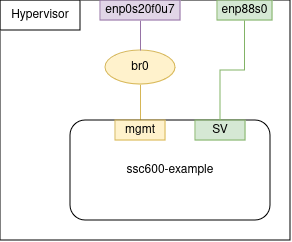
This is inventories/providers/abb/ssc600-example-architecture.png from seapath/ansible, a draw.io export, as it was before one commit. Source tidied: cells renumbered, new cells last; positions are measured from the earlier drawing's top-left corner, leaving out a move shared by most shapes. Its diagram source:
```xml
<mxGraphModel>
  <root>
    <mxCell id="0" />
    <mxCell id="1" parent="0" />
    <mxCell id="2" style="rounded=0;whiteSpace=wrap;html=1;" parent="1" vertex="1">
      <mxGeometry width="290" height="240" as="geometry" />
    </mxCell>
    <mxCell id="3" value="Hypervisor" style="rounded=0;whiteSpace=wrap;html=1;" parent="1" vertex="1">
      <mxGeometry width="80" height="30" as="geometry" />
    </mxCell>
    <mxCell id="4" style="edgeStyle=orthogonalEdgeStyle;rounded=0;jettySize=auto;html=1;exitX=0.5;exitY=0;exitDx=0;exitDy=0;entryX=0.5;entryY=1;entryDx=0;entryDy=0;endArrow=none;endFill=0;fillColor=#fff2cc;strokeColor=#d6b656;" parent="1" edge="1" source="7" target="6">
      <mxGeometry relative="1" as="geometry" />
    </mxCell>
    <mxCell id="5" value="ssc600-example" style="rounded=1;whiteSpace=wrap;html=1;" parent="1" vertex="1">
      <mxGeometry x="70" y="120" width="200" height="100" as="geometry" />
    </mxCell>
    <mxCell id="6" value="&lt;div&gt;br0&lt;/div&gt;" style="ellipse;whiteSpace=wrap;html=1;fillColor=#fff2cc;strokeColor=#d6b656;" parent="1" vertex="1">
      <mxGeometry x="105" y="50" width="70" height="34" as="geometry" />
    </mxCell>
    <mxCell id="7" value="mgmt" style="rounded=0;whiteSpace=wrap;html=1;fillColor=#fff2cc;strokeColor=#d6b656;" parent="1" vertex="1">
      <mxGeometry x="115" y="120" width="50" height="20" as="geometry" />
    </mxCell>
    <mxCell id="8" style="edgeStyle=orthogonalEdgeStyle;rounded=0;jettySize=auto;html=1;exitX=0.5;exitY=1;exitDx=0;exitDy=0;entryX=0.5;entryY=0;entryDx=0;entryDy=0;endArrow=none;endFill=0;fillColor=#e1d5e7;strokeColor=#9673a6;" parent="1" edge="1" source="9" target="6">
      <mxGeometry relative="1" as="geometry" />
    </mxCell>
    <mxCell id="9" value="enp0s20f0u7" style="rounded=0;whiteSpace=wrap;html=1;fillColor=#e1d5e7;strokeColor=#9673a6;" parent="1" vertex="1">
      <mxGeometry x="100" width="80" height="20" as="geometry" />
    </mxCell>
    <mxCell id="10" style="edgeStyle=orthogonalEdgeStyle;rounded=0;jettySize=auto;html=1;exitX=0.5;exitY=0;exitDx=0;exitDy=0;entryX=0.5;entryY=1;entryDx=0;entryDy=0;endArrow=none;endFill=0;fillColor=#d5e8d4;strokeColor=#82b366;" parent="1" edge="1" source="11" target="12">
      <mxGeometry relative="1" as="geometry" />
    </mxCell>
    <mxCell id="11" value="SV" style="rounded=0;whiteSpace=wrap;html=1;fillColor=#d5e8d4;strokeColor=#82b366;" parent="1" vertex="1">
      <mxGeometry x="195" y="120" width="50" height="20" as="geometry" />
    </mxCell>
    <mxCell id="12" value="enp88s0" style="rounded=0;whiteSpace=wrap;html=1;fillColor=#d5e8d4;strokeColor=#82b366;" parent="1" vertex="1">
      <mxGeometry x="217" width="55" height="20" as="geometry" />
    </mxCell>
  </root>
</mxGraphModel>
```
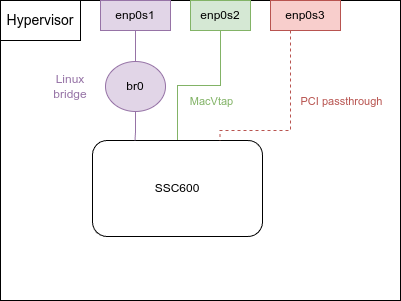
After the commit.

The edit, as a diff of the source:
```diff
@@ -2,38 +2,56 @@
   <root>
     <mxCell id="0" />
     <mxCell id="1" parent="0" />
-    <mxCell id="2" style="rounded=0;whiteSpace=wrap;html=1;" parent="1" vertex="1">
-      <mxGeometry width="290" height="240" as="geometry" />
-    </mxCell>
+    <mxCell id="13" style="rounded=0;whiteSpace=wrap;html=1;" parent="1" vertex="1">
+      <mxGeometry x="-40" y="-80" width="400" height="300" as="geometry" />
+    </mxCell>
-    <mxCell id="3" value="Hypervisor" style="rounded=0;whiteSpace=wrap;html=1;" parent="1" vertex="1">
-      <mxGeometry width="80" height="30" as="geometry" />
+    <mxCell id="3" value="&lt;font style=&quot;font-size: 14px;&quot;&gt;Hypervisor&lt;/font&gt;" style="rounded=0;whiteSpace=wrap;html=1;" parent="1" vertex="1">
+      <mxGeometry x="-40" y="-80" width="80" height="40" as="geometry" />
     </mxCell>
-    <mxCell id="4" style="edgeStyle=orthogonalEdgeStyle;rounded=0;jettySize=auto;html=1;exitX=0.5;exitY=0;exitDx=0;exitDy=0;entryX=0.5;entryY=1;entryDx=0;entryDy=0;endArrow=none;endFill=0;fillColor=#fff2cc;strokeColor=#d6b656;" parent="1" edge="1" source="7" target="6">
-      <mxGeometry relative="1" as="geometry" />
-    </mxCell>
-    <mxCell id="5" value="ssc600-example" style="rounded=1;whiteSpace=wrap;html=1;" parent="1" vertex="1">
-      <mxGeometry x="70" y="120" width="200" height="100" as="geometry" />
-    </mxCell>
+    <mxCell id="14" style="edgeStyle=orthogonalEdgeStyle;rounded=0;jettySize=auto;html=1;entryX=0.5;entryY=1;entryDx=0;entryDy=0;endArrow=none;startFill=0;fillColor=#d5e8d4;strokeColor=#82b366;" parent="1" edge="1" source="16" target="19">
+      <mxGeometry relative="1" as="geometry" />
+    </mxCell>
+    <mxCell id="15" value="&lt;font style=&quot;color: rgb(130, 179, 102);&quot;&gt;MacVtap&lt;/font&gt;" style="edgeLabel;html=1;align=center;verticalAlign=middle;" parent="14" vertex="1">
+      <mxGeometry x="0.39" relative="1" as="geometry">
+        <mxPoint x="-10" y="23" as="offset" />
+      </mxGeometry>
+    </mxCell>
+    <mxCell id="16" value="SSC600" style="rounded=1;whiteSpace=wrap;html=1;" parent="1" vertex="1">
+      <mxGeometry x="52" y="60" width="170" height="96" as="geometry" />
+    </mxCell>
+    <mxCell id="17" style="edgeStyle=orthogonalEdgeStyle;rounded=0;jettySize=auto;html=1;entryX=0.5;entryY=0;entryDx=0;entryDy=0;fillColor=#e1d5e7;strokeColor=#9673a6;endArrow=none;startFill=0;" parent="1" edge="1" source="18" target="6">
+      <mxGeometry relative="1" as="geometry" />
+    </mxCell>
+    <mxCell id="18" value="enp0s1" style="rounded=0;whiteSpace=wrap;html=1;fillColor=#e1d5e7;strokeColor=#9673a6;" parent="1" vertex="1">
+      <mxGeometry x="60" y="-80" width="70" height="30" as="geometry" />
+    </mxCell>
+    <mxCell id="19" value="enp0s2" style="rounded=0;whiteSpace=wrap;html=1;fillColor=#d5e8d4;strokeColor=#82b366;" parent="1" vertex="1">
+      <mxGeometry x="150" y="-80" width="60" height="30" as="geometry" />
+    </mxCell>
+    <mxCell id="20" style="edgeStyle=orthogonalEdgeStyle;rounded=0;jettySize=auto;html=1;entryX=0.75;entryY=0;entryDx=0;entryDy=0;endArrow=none;startFill=0;dashed=1;fillColor=#f8cecc;strokeColor=#b85450;" parent="1" edge="1" source="22" target="16">
+      <mxGeometry relative="1" as="geometry">
+        <Array as="points">
+          <mxPoint x="250" y="50" />
+          <mxPoint x="180" y="50" />
+        </Array>
+      </mxGeometry>
+    </mxCell>
+    <mxCell id="21" value="&lt;font style=&quot;color: rgb(184, 84, 80);&quot;&gt;PCI passthrough&lt;/font&gt;" style="edgeLabel;html=1;align=center;verticalAlign=middle;" parent="20" vertex="1">
+      <mxGeometry x="-0.14" y="3" relative="1" as="geometry">
+        <mxPoint x="47" y="-8" as="offset" />
+      </mxGeometry>
+    </mxCell>
+    <mxCell id="22" value="enp0s3" style="rounded=0;whiteSpace=wrap;html=1;fillColor=#f8cecc;strokeColor=#b85450;" parent="1" vertex="1">
+      <mxGeometry x="230" y="-80" width="70" height="30" as="geometry" />
+    </mxCell>
+    <mxCell id="23" style="edgeStyle=orthogonalEdgeStyle;rounded=0;jettySize=auto;html=1;entryX=0.25;entryY=0;entryDx=0;entryDy=0;fillColor=#e1d5e7;strokeColor=#9673a6;endArrow=none;startFill=0;" parent="1" edge="1" source="6" target="16">
+      <mxGeometry relative="1" as="geometry" />
+    </mxCell>
-    <mxCell id="6" value="&lt;div&gt;br0&lt;/div&gt;" style="ellipse;whiteSpace=wrap;html=1;fillColor=#fff2cc;strokeColor=#d6b656;" parent="1" vertex="1">
-      <mxGeometry x="105" y="50" width="70" height="34" as="geometry" />
+    <mxCell id="6" value="br0" style="ellipse;whiteSpace=wrap;html=1;fillColor=#e1d5e7;strokeColor=#9673a6;" parent="1" vertex="1">
+      <mxGeometry x="65" y="-19" width="60" height="50" as="geometry" />
     </mxCell>
-    <mxCell id="7" value="mgmt" style="rounded=0;whiteSpace=wrap;html=1;fillColor=#fff2cc;strokeColor=#d6b656;" parent="1" vertex="1">
-      <mxGeometry x="115" y="120" width="50" height="20" as="geometry" />
-    </mxCell>
-    <mxCell id="8" style="edgeStyle=orthogonalEdgeStyle;rounded=0;jettySize=auto;html=1;exitX=0.5;exitY=1;exitDx=0;exitDy=0;entryX=0.5;entryY=0;entryDx=0;entryDy=0;endArrow=none;endFill=0;fillColor=#e1d5e7;strokeColor=#9673a6;" parent="1" edge="1" source="9" target="6">
-      <mxGeometry relative="1" as="geometry" />
-    </mxCell>
-    <mxCell id="9" value="enp0s20f0u7" style="rounded=0;whiteSpace=wrap;html=1;fillColor=#e1d5e7;strokeColor=#9673a6;" parent="1" vertex="1">
-      <mxGeometry x="100" width="80" height="20" as="geometry" />
-    </mxCell>
-    <mxCell id="10" style="edgeStyle=orthogonalEdgeStyle;rounded=0;jettySize=auto;html=1;exitX=0.5;exitY=0;exitDx=0;exitDy=0;entryX=0.5;entryY=1;entryDx=0;entryDy=0;endArrow=none;endFill=0;fillColor=#d5e8d4;strokeColor=#82b366;" parent="1" edge="1" source="11" target="12">
-      <mxGeometry relative="1" as="geometry" />
-    </mxCell>
-    <mxCell id="11" value="SV" style="rounded=0;whiteSpace=wrap;html=1;fillColor=#d5e8d4;strokeColor=#82b366;" parent="1" vertex="1">
-      <mxGeometry x="195" y="120" width="50" height="20" as="geometry" />
-    </mxCell>
-    <mxCell id="12" value="enp88s0" style="rounded=0;whiteSpace=wrap;html=1;fillColor=#d5e8d4;strokeColor=#82b366;" parent="1" vertex="1">
-      <mxGeometry x="217" width="55" height="20" as="geometry" />
-    </mxCell>
+    <mxCell id="24" value="&lt;font style=&quot;color: rgb(150, 115, 166);&quot;&gt;Linux bridge&lt;/font&gt;" style="text;html=1;align=center;verticalAlign=middle;whiteSpace=wrap;rounded=0;" parent="1" vertex="1">
+      <mxGeometry y="-9" width="60" height="30" as="geometry" />
+    </mxCell>
   </root>
 </mxGraphModel>
```
